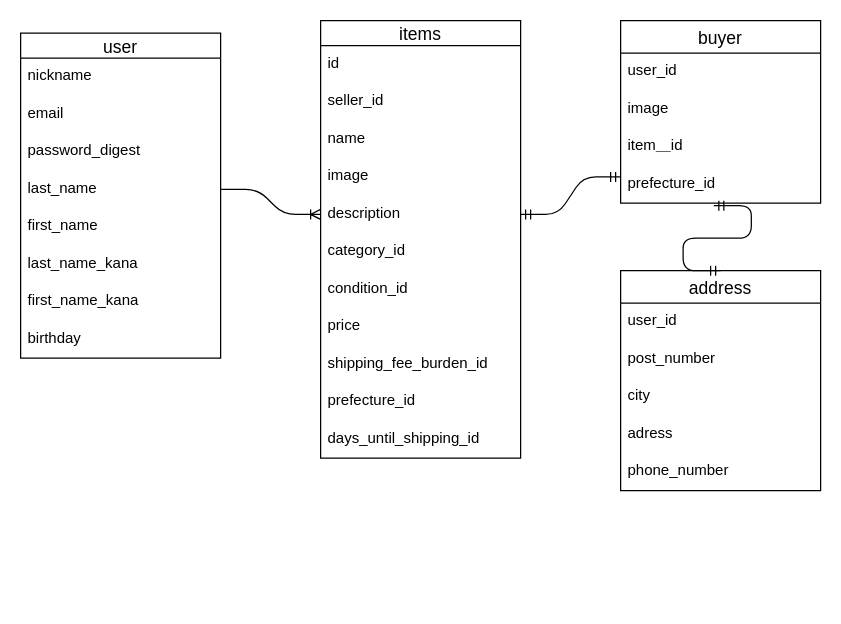
Above: ER.dio in srs5576/furima-38524 (draw.io), before the change. Source tidied: cells renumbered, new cells numbered last; positions are measured from the earlier drawing's top-left corner, leaving out a move shared by most shapes. Both pictures are drawn from the tidied source at 125%, with x=0, y=0 at pixel (20, 20).
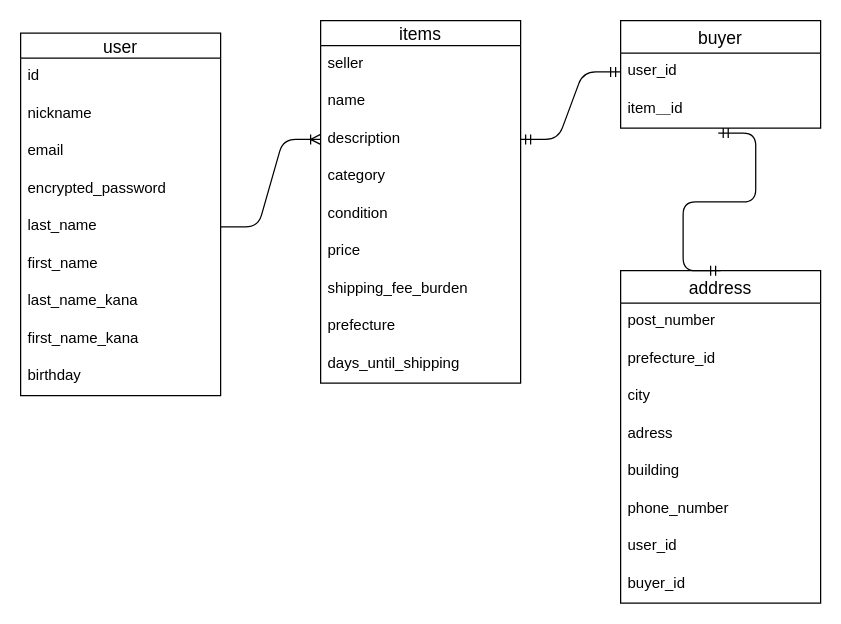
After the change.

Unchanged cells that the change refers to:
```xml
<mxCell id="31" value="user_id" style="text;strokeColor=none;fillColor=none;spacingLeft=4;spacingRight=4;overflow=hidden;points=[[0,0.5],[1,0.5]];portConstraint=eastwest;fontSize=12;" parent="30" vertex="1">
  <mxGeometry y="26" width="160" height="30" as="geometry" />
</mxCell>
```

Change to the diagram source:
```diff
@@
     <mxCell id="2" value="user" style="swimlane;fontStyle=0;horizontal=1;startSize=20;align=center;fontSize=14;" parent="1" vertex="1">
-      <mxGeometry y="10" width="160" height="260" as="geometry" />
+      <mxGeometry y="10" width="160" height="290" as="geometry" />
     </mxCell>
-    <mxCell id="3" value="nickname" style="text;strokeColor=none;fillColor=none;spacingLeft=4;spacingRight=4;overflow=hidden;fontSize=12;" parent="2" vertex="1">
+    <mxCell id="3" value="id" style="text;strokeColor=none;fillColor=none;spacingLeft=4;spacingRight=4;overflow=hidden;fontSize=12;" parent="2" vertex="1">
       <mxGeometry y="20" width="160" height="30" as="geometry" />
     </mxCell>
+    <mxCell id="37" value="nickname" style="text;strokeColor=none;fillColor=none;spacingLeft=4;spacingRight=4;overflow=hidden;fontSize=12;" parent="2" vertex="1">
+      <mxGeometry y="50" width="160" height="30" as="geometry" />
+    </mxCell>
     <mxCell id="4" value="email" style="text;strokeColor=none;fillColor=none;spacingLeft=4;spacingRight=4;overflow=hidden;fontSize=12;" parent="2" vertex="1">
-      <mxGeometry y="50" width="160" height="30" as="geometry" />
+      <mxGeometry y="80" width="160" height="30" as="geometry" />
     </mxCell>
-    <mxCell id="5" value="password_digest" style="text;strokeColor=none;fillColor=none;spacingLeft=4;spacingRight=4;overflow=hidden;fontSize=12;" parent="2" vertex="1">
-      <mxGeometry y="80" width="160" height="30" as="geometry" />
+    <mxCell id="5" value="encrypted_password" style="text;strokeColor=none;fillColor=none;spacingLeft=4;spacingRight=4;overflow=hidden;fontSize=12;" parent="2" vertex="1">
+      <mxGeometry y="110" width="160" height="30" as="geometry" />
     </mxCell>
     <mxCell id="6" value="last_name" style="text;strokeColor=none;fillColor=none;spacingLeft=4;spacingRight=4;overflow=hidden;points=[[0,0.5],[1,0.5]];portConstraint=eastwest;fontSize=12;" parent="2" vertex="1">
-      <mxGeometry y="110" width="160" height="30" as="geometry" />
+      <mxGeometry y="140" width="160" height="30" as="geometry" />
     </mxCell>
     <mxCell id="7" value="first_name" style="text;strokeColor=none;fillColor=none;spacingLeft=4;spacingRight=4;overflow=hidden;fontSize=12;" parent="2" vertex="1">
-      <mxGeometry y="140" width="160" height="30" as="geometry" />
+      <mxGeometry y="170" width="160" height="30" as="geometry" />
     </mxCell>
     <mxCell id="8" value="last_name_kana" style="text;strokeColor=none;fillColor=none;spacingLeft=4;spacingRight=4;overflow=hidden;fontSize=12;" parent="2" vertex="1">
-      <mxGeometry y="170" width="160" height="30" as="geometry" />
+      <mxGeometry y="200" width="160" height="30" as="geometry" />
     </mxCell>
     <mxCell id="9" value="first_name_kana" style="text;strokeColor=none;fillColor=none;spacingLeft=4;spacingRight=4;overflow=hidden;fontSize=12;" parent="2" vertex="1">
-      <mxGeometry y="200" width="160" height="30" as="geometry" />
+      <mxGeometry y="230" width="160" height="30" as="geometry" />
     </mxCell>
     <mxCell id="10" value="birthday" style="text;strokeColor=none;fillColor=none;spacingLeft=4;spacingRight=4;overflow=hidden;fontSize=12;" parent="2" vertex="1">
-      <mxGeometry y="230" width="160" height="30" as="geometry" />
+      <mxGeometry y="260" width="160" height="30" as="geometry" />
     </mxCell>
     <mxCell id="11" value="items" style="swimlane;fontStyle=0;horizontal=1;startSize=20;align=center;fontSize=14;" parent="1" vertex="1">
-      <mxGeometry x="240" width="160" height="350" as="geometry" />
+      <mxGeometry x="240" width="160" height="290" as="geometry" />
     </mxCell>
-    <mxCell id="12" value="id" style="text;strokeColor=none;fillColor=none;spacingLeft=4;spacingRight=4;overflow=hidden;fontSize=12;" parent="11" vertex="1">
-      <mxGeometry y="20" width="160" height="30" as="geometry" />
-    </mxCell>
-    <mxCell id="13" value="seller_id" style="text;strokeColor=none;fillColor=none;spacingLeft=4;spacingRight=4;overflow=hidden;fontSize=12;" parent="11" vertex="1">
-      <mxGeometry y="50" width="160" height="30" as="geometry" />
+    <mxCell id="13" value="seller" style="text;strokeColor=none;fillColor=none;spacingLeft=4;spacingRight=4;overflow=hidden;fontSize=12;" parent="11" vertex="1">
+      <mxGeometry y="20" width="160" height="30" as="geometry" />
     </mxCell>
     <mxCell id="14" value="name" style="text;strokeColor=none;fillColor=none;spacingLeft=4;spacingRight=4;overflow=hidden;fontSize=12;" parent="11" vertex="1">
-      <mxGeometry y="80" width="160" height="30" as="geometry" />
+      <mxGeometry y="50" width="160" height="30" as="geometry" />
     </mxCell>
-    <mxCell id="15" value="image" style="text;strokeColor=none;fillColor=none;spacingLeft=4;spacingRight=4;overflow=hidden;fontSize=12;" parent="11" vertex="1">
-      <mxGeometry y="110" width="160" height="30" as="geometry" />
-    </mxCell>
     <mxCell id="16" value="description" style="text;strokeColor=none;fillColor=none;spacingLeft=4;spacingRight=4;overflow=hidden;points=[[0,0.5],[1,0.5]];portConstraint=eastwest;fontSize=12;" parent="11" vertex="1">
-      <mxGeometry y="140" width="160" height="30" as="geometry" />
+      <mxGeometry y="80" width="160" height="30" as="geometry" />
     </mxCell>
-    <mxCell id="17" value="category_id" style="text;strokeColor=none;fillColor=none;spacingLeft=4;spacingRight=4;overflow=hidden;fontSize=12;" parent="11" vertex="1">
-      <mxGeometry y="170" width="160" height="30" as="geometry" />
+    <mxCell id="17" value="category" style="text;strokeColor=none;fillColor=none;spacingLeft=4;spacingRight=4;overflow=hidden;fontSize=12;" parent="11" vertex="1">
+      <mxGeometry y="110" width="160" height="30" as="geometry" />
     </mxCell>
-    <mxCell id="18" value="condition_id" style="text;strokeColor=none;fillColor=none;spacingLeft=4;spacingRight=4;overflow=hidden;fontSize=12;" parent="11" vertex="1">
-      <mxGeometry y="200" width="160" height="30" as="geometry" />
+    <mxCell id="18" value="condition" style="text;strokeColor=none;fillColor=none;spacingLeft=4;spacingRight=4;overflow=hidden;fontSize=12;" parent="11" vertex="1">
+      <mxGeometry y="140" width="160" height="30" as="geometry" />
     </mxCell>
     <mxCell id="19" value="price" style="text;strokeColor=none;fillColor=none;spacingLeft=4;spacingRight=4;overflow=hidden;fontSize=12;" parent="11" vertex="1">
-      <mxGeometry y="230" width="160" height="30" as="geometry" />
+      <mxGeometry y="170" width="160" height="30" as="geometry" />
     </mxCell>
-    <mxCell id="20" value="shipping_fee_burden_id" style="text;strokeColor=none;fillColor=none;spacingLeft=4;spacingRight=4;overflow=hidden;fontSize=12;" parent="11" vertex="1">
-      <mxGeometry y="260" width="160" height="30" as="geometry" />
+    <mxCell id="20" value="shipping_fee_burden" style="text;strokeColor=none;fillColor=none;spacingLeft=4;spacingRight=4;overflow=hidden;fontSize=12;" parent="11" vertex="1">
+      <mxGeometry y="200" width="160" height="30" as="geometry" />
     </mxCell>
-    <mxCell id="21" value="prefecture_id" style="text;strokeColor=none;fillColor=none;spacingLeft=4;spacingRight=4;overflow=hidden;fontSize=12;" parent="11" vertex="1">
-      <mxGeometry y="290" width="160" height="30" as="geometry" />
+    <mxCell id="21" value="prefecture" style="text;strokeColor=none;fillColor=none;spacingLeft=4;spacingRight=4;overflow=hidden;fontSize=12;" parent="11" vertex="1">
+      <mxGeometry y="230" width="160" height="30" as="geometry" />
     </mxCell>
-    <mxCell id="22" value="days_until_shipping_id" style="text;strokeColor=none;fillColor=none;spacingLeft=4;spacingRight=4;overflow=hidden;fontSize=12;" parent="11" vertex="1">
-      <mxGeometry y="320" width="160" height="30" as="geometry" />
+    <mxCell id="22" value="days_until_shipping" style="text;strokeColor=none;fillColor=none;spacingLeft=4;spacingRight=4;overflow=hidden;fontSize=12;" parent="11" vertex="1">
+      <mxGeometry y="260" width="160" height="30" as="geometry" />
     </mxCell>
     <mxCell id="23" value="address" style="swimlane;fontStyle=0;horizontal=1;startSize=26;align=center;fontSize=14;" parent="1" vertex="1">
-      <mxGeometry x="480" y="200" width="160" height="176" as="geometry" />
+      <mxGeometry x="480" y="200" width="160" height="266" as="geometry" />
     </mxCell>
-    <mxCell id="24" value="user_id" style="text;strokeColor=none;fillColor=none;spacingLeft=4;spacingRight=4;overflow=hidden;fontSize=12;" parent="23" vertex="1">
-      <mxGeometry y="26" width="160" height="30" as="geometry" />
-    </mxCell>
     <mxCell id="25" value="post_number" style="text;strokeColor=none;fillColor=none;spacingLeft=4;spacingRight=4;overflow=hidden;fontSize=12;" parent="23" vertex="1">
-      <mxGeometry y="56" width="160" height="30" as="geometry" />
+      <mxGeometry y="26" width="160" height="30" as="geometry" />
     </mxCell>
+    <mxCell id="34" value="prefecture_id" style="text;strokeColor=none;fillColor=none;spacingLeft=4;spacingRight=4;overflow=hidden;points=[[0,0.5],[1,0.5]];portConstraint=eastwest;fontSize=12;" parent="23" vertex="1">
+      <mxGeometry y="56" width="160" height="30" as="geometry" />
+    </mxCell>
@@
+    <mxCell id="38" value="building" style="text;strokeColor=none;fillColor=none;spacingLeft=4;spacingRight=4;overflow=hidden;fontSize=12;" parent="23" vertex="1">
+      <mxGeometry y="146" width="160" height="30" as="geometry" />
+    </mxCell>
+    <mxCell id="39" value="phone_number&#10;&#10;" style="text;strokeColor=none;fillColor=none;spacingLeft=4;spacingRight=4;overflow=hidden;fontSize=12;" parent="23" vertex="1">
+      <mxGeometry y="176" width="160" height="30" as="geometry" />
+    </mxCell>
+    <mxCell id="24" value="user_id" style="text;strokeColor=none;fillColor=none;spacingLeft=4;spacingRight=4;overflow=hidden;fontSize=12;" parent="23" vertex="1">
+      <mxGeometry y="206" width="160" height="30" as="geometry" />
+    </mxCell>
-    <mxCell id="28" value="phone_number" style="text;strokeColor=none;fillColor=none;spacingLeft=4;spacingRight=4;overflow=hidden;fontSize=12;" parent="23" vertex="1">
-      <mxGeometry y="146" width="160" height="30" as="geometry" />
+    <mxCell id="28" value="buyer_id" style="text;strokeColor=none;fillColor=none;spacingLeft=4;spacingRight=4;overflow=hidden;fontSize=12;" parent="23" vertex="1">
+      <mxGeometry y="236" width="160" height="30" as="geometry" />
     </mxCell>
-    <mxCell id="29" style="edgeStyle=entityRelationEdgeStyle;fontSize=12;html=1;endArrow=ERmandOne;startArrow=ERmandOne;exitX=1;exitY=0.5;exitDx=0;exitDy=0;" parent="1" edge="1" source="16">
-      <mxGeometry relative="1" as="geometry">
-        <mxPoint x="480" y="125" as="targetPoint" />
-      </mxGeometry>
+    <mxCell id="29" style="edgeStyle=entityRelationEdgeStyle;fontSize=12;html=1;endArrow=ERmandOne;startArrow=ERmandOne;exitX=1;exitY=0.5;exitDx=0;exitDy=0;entryX=0;entryY=0.5;entryDx=0;entryDy=0;" parent="1" edge="1" source="16" target="31">
+      <mxGeometry relative="1" as="geometry" />
     </mxCell>
     <mxCell id="30" value="buyer" style="swimlane;fontStyle=0;horizontal=1;startSize=26;align=center;fontSize=14;" parent="1" vertex="1">
-      <mxGeometry x="480" width="160" height="146" as="geometry" />
+      <mxGeometry x="480" width="160" height="86" as="geometry" />
     </mxCell>
@@
-    <mxCell id="32" value="image" style="text;strokeColor=none;fillColor=none;spacingLeft=4;spacingRight=4;overflow=hidden;fontSize=12;" parent="30" vertex="1">
-      <mxGeometry y="56" width="160" height="30" as="geometry" />
-    </mxCell>
     <mxCell id="33" value="item＿id" style="text;strokeColor=none;fillColor=none;spacingLeft=4;spacingRight=4;overflow=hidden;points=[[0,0.5],[1,0.5]];portConstraint=eastwest;fontSize=12;" parent="30" vertex="1">
-      <mxGeometry y="86" width="160" height="30" as="geometry" />
+      <mxGeometry y="56" width="160" height="30" as="geometry" />
     </mxCell>
-    <mxCell id="34" value="prefecture_id" style="text;strokeColor=none;fillColor=none;spacingLeft=4;spacingRight=4;overflow=hidden;points=[[0,0.5],[1,0.5]];portConstraint=eastwest;fontSize=12;" parent="30" vertex="1">
-      <mxGeometry y="116" width="160" height="30" as="geometry" />
-    </mxCell>
-    <mxCell id="35" style="edgeStyle=entityRelationEdgeStyle;fontSize=12;html=1;endArrow=ERmandOne;startArrow=ERmandOne;exitX=0.5;exitY=0;exitDx=0;exitDy=0;entryX=0.466;entryY=1.067;entryDx=0;entryDy=0;entryPerimeter=0;" parent="1" edge="1" source="23" target="34">
+    <mxCell id="35" style="edgeStyle=entityRelationEdgeStyle;fontSize=12;html=1;endArrow=ERmandOne;startArrow=ERmandOne;exitX=0.5;exitY=0;exitDx=0;exitDy=0;entryX=0.488;entryY=1.133;entryDx=0;entryDy=0;entryPerimeter=0;" parent="1" edge="1" source="23" target="33">
       <mxGeometry relative="1" as="geometry" />
     </mxCell>
```
